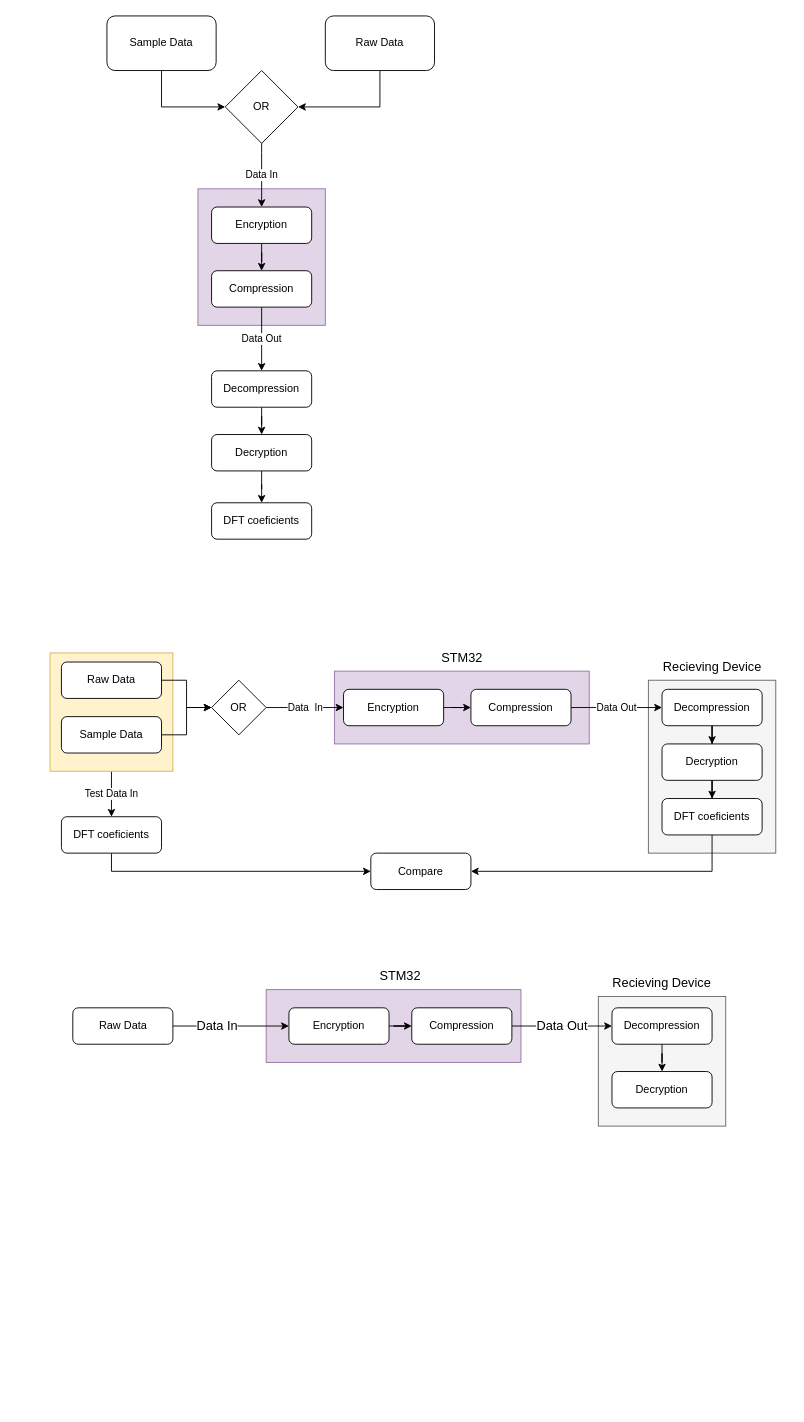
tristynferreiro/SHARC-buoy-data-transmission keeps this draw.io diagram as Docs/Reports/Diagrams.drawio. Above is the earlier version. Source tidied: cells renumbered, new cells numbered last; positions are measured from the earlier drawing's top-left corner, leaving out a move shared by most shapes. Both pictures are drawn from the tidied source at 91%, with x=0, y=0 at pixel (50, 15).
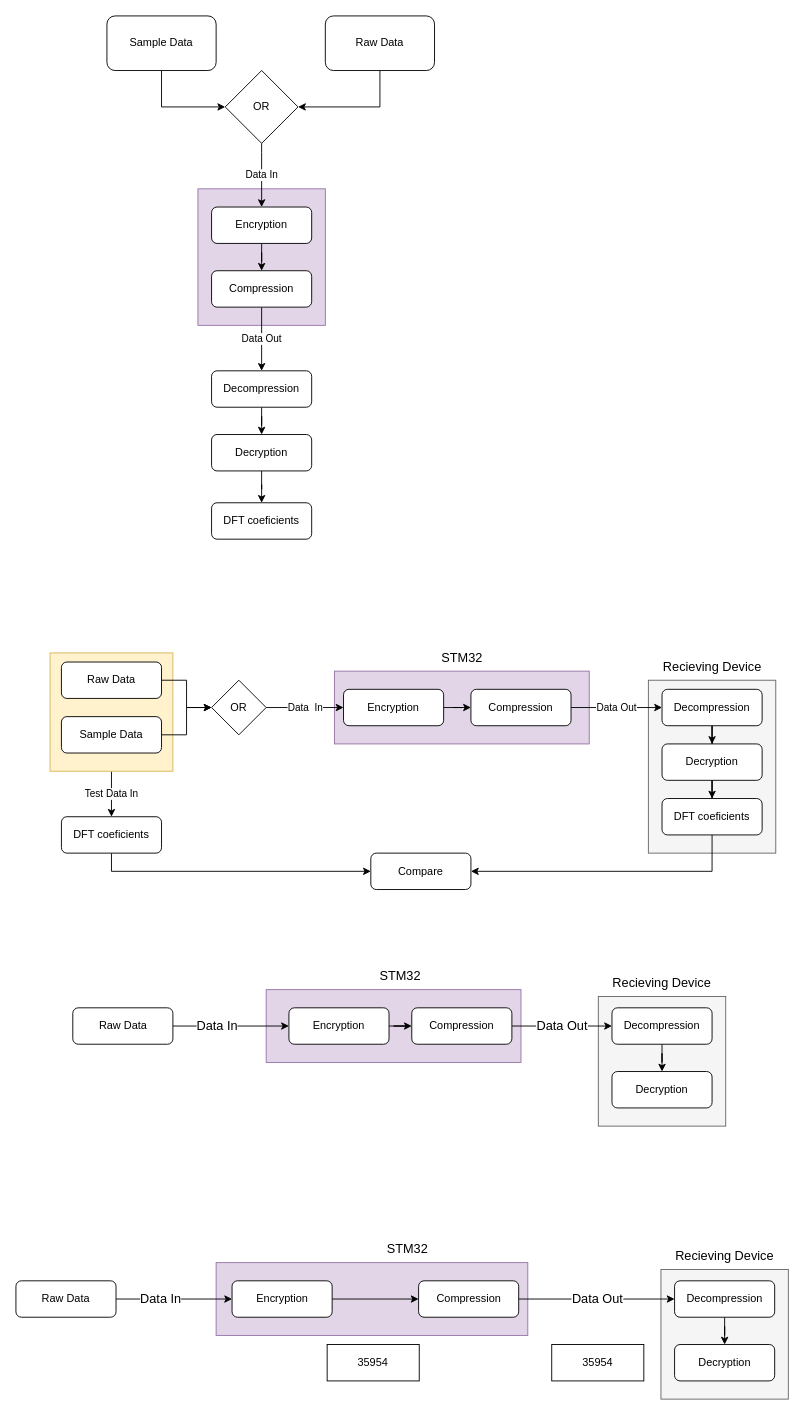
Above is the later version.

Change to the diagram source:
```diff
@@
+    <mxCell id="59" style="rounded=0;whiteSpace=wrap;html=1;fillColor=#f5f5f5;strokeColor=#666666;fontColor=#333333;" parent="1" vertex="1">
+      <mxGeometry x="670.8" y="1377.5" width="140" height="142.5" as="geometry" />
+    </mxCell>
+    <mxCell id="60" style="rounded=0;whiteSpace=wrap;html=1;fillColor=#e1d5e7;strokeColor=#9673a6;" parent="1" vertex="1">
+      <mxGeometry x="182" y="1370" width="342.5" height="80" as="geometry" />
+    </mxCell>
+    <mxCell id="61" style="edgeStyle=orthogonalEdgeStyle;rounded=0;jettySize=auto;html=1;fontSize=14;entryX=0;entryY=0.5;entryDx=0;entryDy=0;" parent="1" edge="1" source="62" target="64">
+      <mxGeometry relative="1" as="geometry" />
+    </mxCell>
+    <mxCell id="62" value="Encryption" style="rounded=1;whiteSpace=wrap;html=1;" parent="1" vertex="1">
+      <mxGeometry x="199.5" y="1390" width="110" height="40" as="geometry" />
+    </mxCell>
+    <mxCell id="63" value="Data Out" style="edgeStyle=orthogonalEdgeStyle;rounded=0;jettySize=auto;html=1;fontSize=14;" parent="1" edge="1" source="64" target="66">
+      <mxGeometry relative="1" as="geometry" />
+    </mxCell>
+    <mxCell id="64" value="Compression" style="rounded=1;whiteSpace=wrap;html=1;" parent="1" vertex="1">
+      <mxGeometry x="404.5" y="1390" width="110" height="40" as="geometry" />
+    </mxCell>
+    <mxCell id="65" style="edgeStyle=orthogonalEdgeStyle;rounded=0;jettySize=auto;html=1;fontSize=14;" parent="1" edge="1" source="66" target="67">
+      <mxGeometry relative="1" as="geometry" />
+    </mxCell>
+    <mxCell id="66" value="Decompression" style="rounded=1;whiteSpace=wrap;html=1;" parent="1" vertex="1">
+      <mxGeometry x="685.8" y="1390" width="110" height="40" as="geometry" />
+    </mxCell>
+    <mxCell id="67" value="Decryption" style="rounded=1;whiteSpace=wrap;html=1;" parent="1" vertex="1">
+      <mxGeometry x="685.8" y="1460" width="110" height="40" as="geometry" />
+    </mxCell>
+    <mxCell id="68" style="edgeStyle=orthogonalEdgeStyle;rounded=0;jettySize=auto;html=1;fontSize=14;" parent="1" edge="1" source="70" target="62">
+      <mxGeometry relative="1" as="geometry" />
+    </mxCell>
+    <mxCell id="69" value="Data In" style="edgeLabel;html=1;align=center;verticalAlign=middle;fontSize=14;" parent="68" vertex="1">
+      <mxGeometry x="-0.24" y="1" relative="1" as="geometry" />
+    </mxCell>
+    <mxCell id="70" value="Raw Data" style="rounded=1;whiteSpace=wrap;html=1;" parent="1" vertex="1">
+      <mxGeometry x="-38" y="1390" width="110" height="40" as="geometry" />
+    </mxCell>
+    <mxCell id="71" style="edgeStyle=orthogonalEdgeStyle;rounded=0;orthogonalLoop=1;jettySize=auto;html=1;exitX=0.5;exitY=1;exitDx=0;exitDy=0;fontSize=14;" parent="1" edge="1" source="59" target="59">
+      <mxGeometry relative="1" as="geometry" />
+    </mxCell>
+    <mxCell id="72" value="STM32" style="text;html=1;strokeColor=none;fillColor=none;align=center;verticalAlign=middle;whiteSpace=wrap;rounded=0;strokeWidth=1;fontSize=14;" parent="1" vertex="1">
+      <mxGeometry x="354.5" y="1340" width="75" height="30" as="geometry" />
+    </mxCell>
+    <mxCell id="73" value="Recieving&amp;nbsp;Device" style="text;html=1;strokeColor=none;fillColor=none;align=center;verticalAlign=middle;whiteSpace=wrap;rounded=0;strokeWidth=1;fontSize=14;" parent="1" vertex="1">
+      <mxGeometry x="670.8" y="1347.5" width="140" height="30" as="geometry" />
+    </mxCell>
+    <mxCell id="74" value="35954" style="rounded=0;whiteSpace=wrap;html=1;" parent="1" vertex="1">
+      <mxGeometry x="550.8" y="1460" width="101.2" height="40" as="geometry" />
+    </mxCell>
+    <mxCell id="75" value="35954" style="rounded=0;whiteSpace=wrap;html=1;" parent="1" vertex="1">
+      <mxGeometry x="304" y="1460" width="101.2" height="40" as="geometry" />
+    </mxCell>
```
